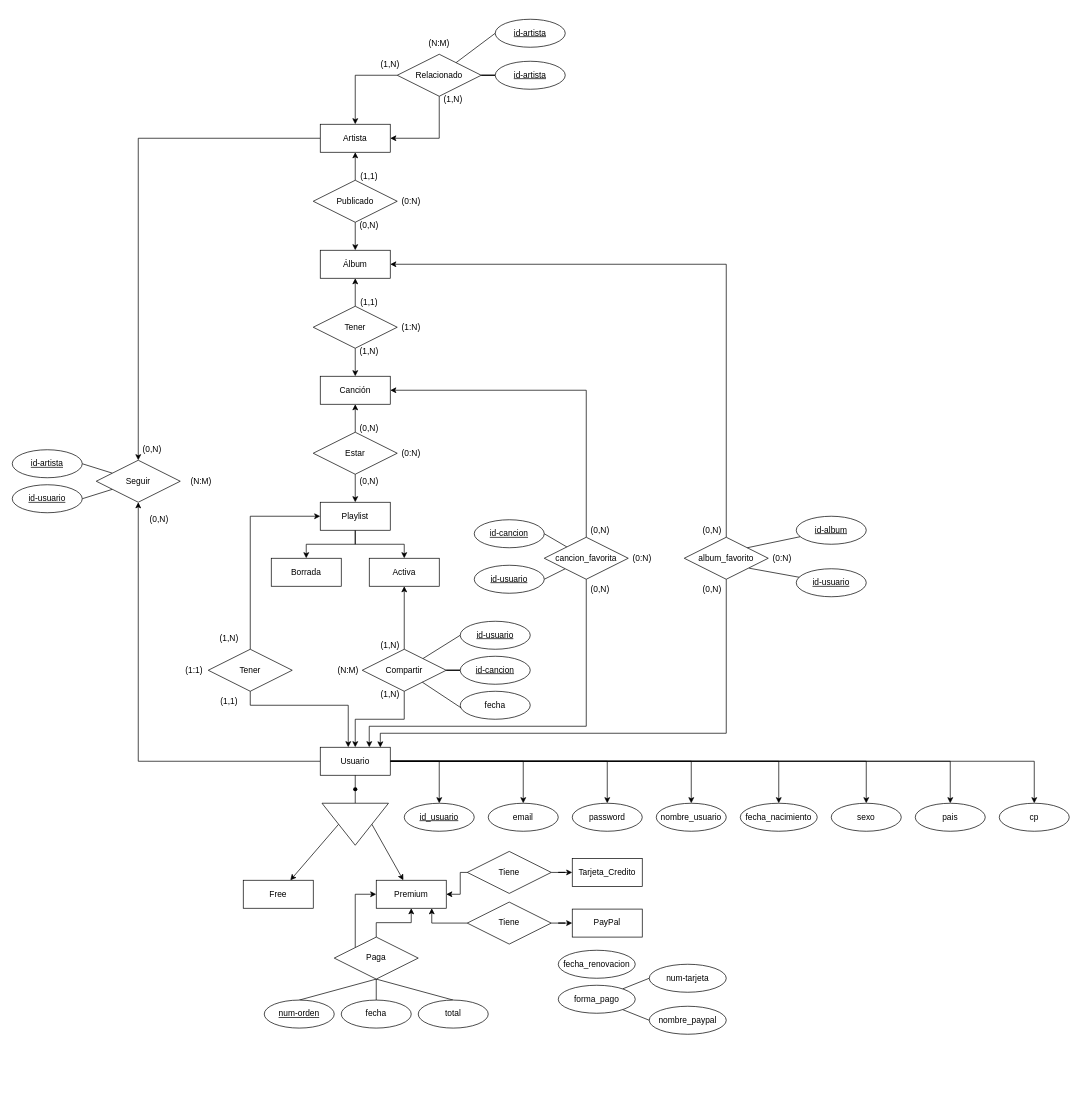
Earlier version of the draw.io diagram Spotify2.drawio (miguelelinformatico/2025_26). Source tidied: cells renumbered, new cells numbered last; positions are measured from the earlier drawing's top-left corner, leaving out a move shared by most shapes. Both pictures are drawn from the tidied source at 70%, with x=0, y=0 at pixel (12, 19).
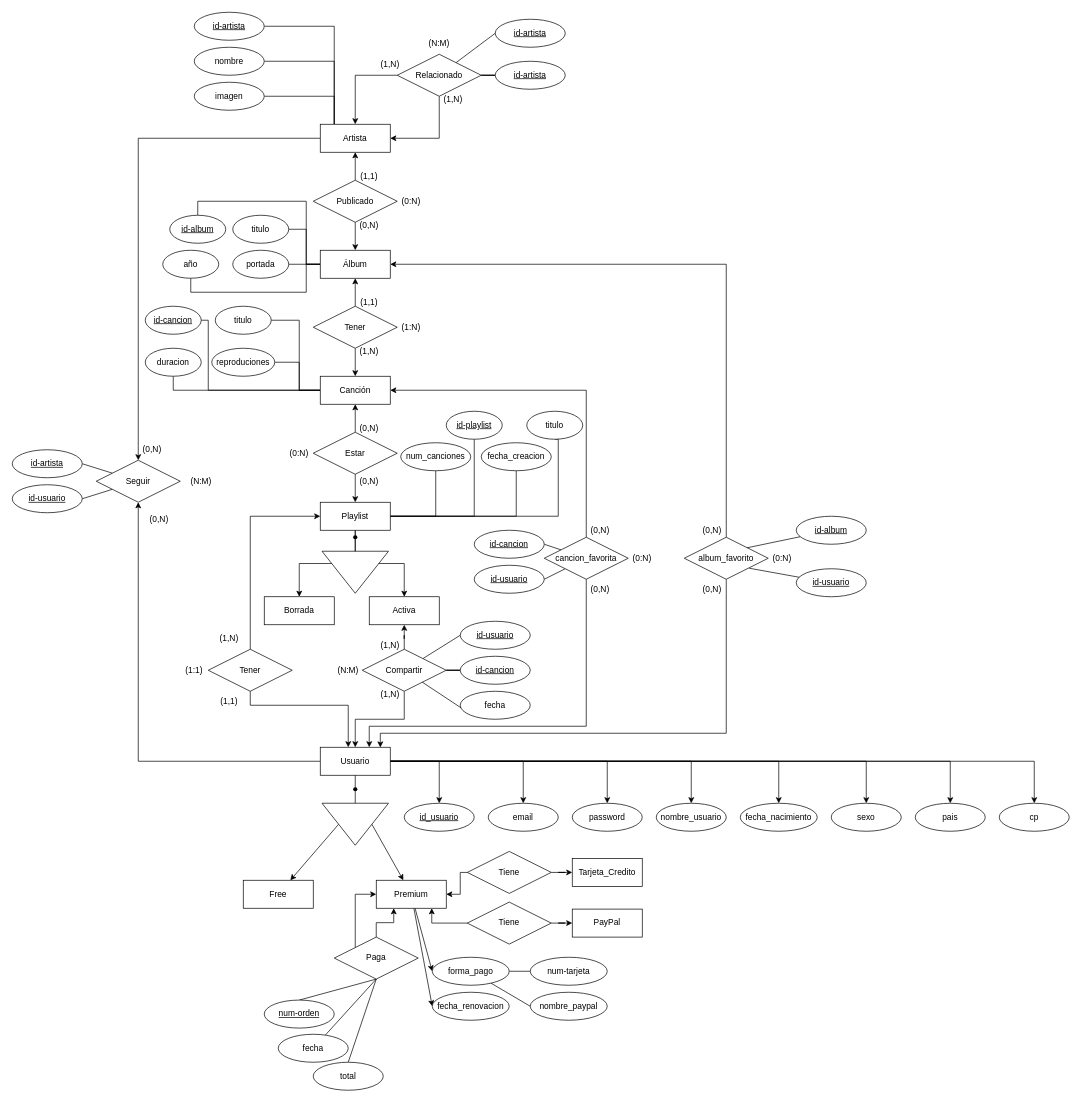
After the change.

Unchanged cells that the change refers to:
```xml
<mxCell id="14" value="Premium" style="whiteSpace=wrap;html=1;align=center;" parent="1" vertex="1">
  <mxGeometry x="520" y="1230" width="100" height="40" as="geometry" />
</mxCell>
<mxCell id="17" value="Playlist" style="whiteSpace=wrap;html=1;align=center;" parent="1" vertex="1">
  <mxGeometry x="440" y="690" width="100" height="40" as="geometry" />
</mxCell>
<mxCell id="18" value="Álbum" style="whiteSpace=wrap;html=1;align=center;" parent="1" vertex="1">
  <mxGeometry x="440" y="330" width="100" height="40" as="geometry" />
</mxCell>
<mxCell id="19" value="Canción" style="whiteSpace=wrap;html=1;align=center;" parent="1" vertex="1">
  <mxGeometry x="440" y="510" width="100" height="40" as="geometry" />
</mxCell>
<mxCell id="21" value="Artista" style="whiteSpace=wrap;html=1;align=center;" parent="1" vertex="1">
  <mxGeometry x="440" y="150" width="100" height="40" as="geometry" />
</mxCell>
<mxCell id="127" value="Paga" style="shape=rhombus;perimeter=rhombusPerimeter;whiteSpace=wrap;html=1;align=center;" parent="1" vertex="1">
  <mxGeometry x="460" y="1311.2" width="120" height="60" as="geometry" />
</mxCell>
```

Change to the diagram source:
```diff
@@
+    <mxCell id="134" style="rounded=0;jettySize=auto;html=1;entryX=0;entryY=0.5;entryDx=0;entryDy=0;" parent="1" edge="1" source="14" target="128">
+      <mxGeometry relative="1" as="geometry" />
+    </mxCell>
+    <mxCell id="135" style="rounded=0;jettySize=auto;html=1;entryX=0;entryY=0.5;entryDx=0;entryDy=0;" parent="1" edge="1" source="14" target="131">
+      <mxGeometry relative="1" as="geometry" />
+    </mxCell>
@@
+    <mxCell id="136" style="edgeStyle=orthogonalEdgeStyle;rounded=0;jettySize=auto;html=1;entryX=0.5;entryY=1;entryDx=0;entryDy=0;endArrow=none;endFill=0;" parent="1" edge="1" source="17" target="153">
+      <mxGeometry relative="1" as="geometry" />
+    </mxCell>
+    <mxCell id="137" style="edgeStyle=orthogonalEdgeStyle;rounded=0;jettySize=auto;html=1;endArrow=none;endFill=0;" parent="1" edge="1" source="17" target="154">
+      <mxGeometry relative="1" as="geometry" />
+    </mxCell>
+    <mxCell id="138" style="edgeStyle=orthogonalEdgeStyle;rounded=0;jettySize=auto;html=1;endArrow=none;endFill=0;" parent="1" edge="1" source="17" target="151">
+      <mxGeometry relative="1" as="geometry" />
+    </mxCell>
+    <mxCell id="139" style="edgeStyle=orthogonalEdgeStyle;rounded=0;jettySize=auto;html=1;entryX=0.5;entryY=1;entryDx=0;entryDy=0;endArrow=none;endFill=0;" parent="1" edge="1" source="17" target="152">
+      <mxGeometry relative="1" as="geometry">
+        <Array as="points">
+          <mxPoint x="780" y="710" />
+          <mxPoint x="780" y="600" />
+        </Array>
+      </mxGeometry>
+    </mxCell>
@@
+    <mxCell id="140" style="edgeStyle=orthogonalEdgeStyle;rounded=0;jettySize=auto;html=1;entryX=1;entryY=0.5;entryDx=0;entryDy=0;endArrow=none;endFill=0;" parent="1" edge="1" source="18" target="160">
+      <mxGeometry relative="1" as="geometry" />
+    </mxCell>
+    <mxCell id="141" style="edgeStyle=orthogonalEdgeStyle;rounded=0;jettySize=auto;html=1;entryX=1;entryY=0.5;entryDx=0;entryDy=0;endArrow=none;endFill=0;" parent="1" edge="1" source="18" target="162">
+      <mxGeometry relative="1" as="geometry">
+        <Array as="points">
+          <mxPoint x="420" y="350" />
+          <mxPoint x="420" y="300" />
+        </Array>
+      </mxGeometry>
+    </mxCell>
+    <mxCell id="142" style="edgeStyle=orthogonalEdgeStyle;rounded=0;jettySize=auto;html=1;entryX=0.5;entryY=1;entryDx=0;entryDy=0;endArrow=none;endFill=0;" parent="1" edge="1" source="18" target="161">
+      <mxGeometry relative="1" as="geometry">
+        <Array as="points">
+          <mxPoint x="420" y="350" />
+          <mxPoint x="420" y="390" />
+          <mxPoint x="255" y="390" />
+        </Array>
+      </mxGeometry>
+    </mxCell>
+    <mxCell id="143" style="edgeStyle=orthogonalEdgeStyle;rounded=0;jettySize=auto;html=1;entryX=0.5;entryY=0;entryDx=0;entryDy=0;endArrow=none;endFill=0;" parent="1" edge="1" source="18" target="159">
+      <mxGeometry relative="1" as="geometry">
+        <Array as="points">
+          <mxPoint x="420" y="350" />
+          <mxPoint x="420" y="260" />
+          <mxPoint x="265" y="260" />
+        </Array>
+      </mxGeometry>
+    </mxCell>
@@
+    <mxCell id="144" style="edgeStyle=orthogonalEdgeStyle;rounded=0;jettySize=auto;html=1;entryX=1;entryY=0.5;entryDx=0;entryDy=0;endArrow=none;endFill=0;" parent="1" edge="1" source="19" target="158">
+      <mxGeometry relative="1" as="geometry">
+        <Array as="points">
+          <mxPoint x="410" y="530" />
+          <mxPoint x="410" y="430" />
+        </Array>
+      </mxGeometry>
+    </mxCell>
+    <mxCell id="145" style="edgeStyle=orthogonalEdgeStyle;rounded=0;jettySize=auto;html=1;entryX=1;entryY=0.5;entryDx=0;entryDy=0;endArrow=none;endFill=0;" parent="1" edge="1" source="19" target="156">
+      <mxGeometry relative="1" as="geometry">
+        <Array as="points">
+          <mxPoint x="410" y="530" />
+          <mxPoint x="410" y="490" />
+        </Array>
+      </mxGeometry>
+    </mxCell>
+    <mxCell id="146" style="edgeStyle=orthogonalEdgeStyle;rounded=0;jettySize=auto;html=1;entryX=0.5;entryY=1;entryDx=0;entryDy=0;endArrow=none;endFill=0;" parent="1" edge="1" source="19" target="157">
+      <mxGeometry relative="1" as="geometry">
+        <Array as="points">
+          <mxPoint x="230" y="530" />
+        </Array>
+      </mxGeometry>
+    </mxCell>
+    <mxCell id="147" style="edgeStyle=orthogonalEdgeStyle;rounded=0;jettySize=auto;html=1;entryX=1;entryY=0.5;entryDx=0;entryDy=0;endArrow=none;endFill=0;" parent="1" edge="1" source="19" target="155">
+      <mxGeometry relative="1" as="geometry">
+        <Array as="points">
+          <mxPoint x="280" y="530" />
+          <mxPoint x="280" y="430" />
+        </Array>
+      </mxGeometry>
+    </mxCell>
@@
+    <mxCell id="148" style="edgeStyle=orthogonalEdgeStyle;rounded=0;jettySize=auto;html=1;entryX=1;entryY=0.5;entryDx=0;entryDy=0;endArrow=none;endFill=0;" parent="1" edge="1" source="21" target="165">
+      <mxGeometry relative="1" as="geometry">
+        <Array as="points">
+          <mxPoint x="460" y="110" />
+        </Array>
+      </mxGeometry>
+    </mxCell>
+    <mxCell id="149" style="edgeStyle=orthogonalEdgeStyle;rounded=0;jettySize=auto;html=1;entryX=1;entryY=0.5;entryDx=0;entryDy=0;endArrow=none;endFill=0;" parent="1" edge="1" target="163">
+      <mxGeometry relative="1" as="geometry">
+        <mxPoint x="460" y="150" as="sourcePoint" />
+        <Array as="points">
+          <mxPoint x="460" y="10" />
+        </Array>
+      </mxGeometry>
+    </mxCell>
+    <mxCell id="150" style="edgeStyle=orthogonalEdgeStyle;rounded=0;jettySize=auto;html=1;entryX=1;entryY=0.5;entryDx=0;entryDy=0;endArrow=none;endFill=0;" parent="1" edge="1" source="21" target="164">
+      <mxGeometry relative="1" as="geometry">
+        <Array as="points">
+          <mxPoint x="460" y="60" />
+        </Array>
+      </mxGeometry>
+    </mxCell>
@@
     <mxCell id="56" value="fecha" style="ellipse;whiteSpace=wrap;html=1;align=center;" parent="1" vertex="1">
-      <mxGeometry x="470" y="1401.2" width="100" height="40" as="geometry" />
+      <mxGeometry x="380" y="1450" width="100" height="40" as="geometry" />
     </mxCell>
@@
     <mxCell id="60" value="total" style="ellipse;whiteSpace=wrap;html=1;align=center;" parent="1" vertex="1">
-      <mxGeometry x="580" y="1401.2" width="100" height="40" as="geometry" />
+      <mxGeometry x="430" y="1490" width="100" height="40" as="geometry" />
     </mxCell>
@@
     <mxCell id="67" value="Activa" style="whiteSpace=wrap;html=1;align=center;" parent="1" vertex="1">
-      <mxGeometry x="510" y="770" width="100" height="40" as="geometry" />
+      <mxGeometry x="510" y="825" width="100" height="40" as="geometry" />
     </mxCell>
     <mxCell id="68" value="Borrada" style="whiteSpace=wrap;html=1;align=center;" parent="1" vertex="1">
-      <mxGeometry x="370" y="770" width="100" height="40" as="geometry" />
+      <mxGeometry x="360" y="825" width="100" height="40" as="geometry" />
     </mxCell>
@@
     <mxCell id="85" value="(0:N)" style="text;html=1;whiteSpace=wrap;strokeColor=none;fillColor=none;align=center;verticalAlign=middle;rounded=0;" parent="1" vertex="1">
-      <mxGeometry x="540" y="605" width="60" height="30" as="geometry" />
+      <mxGeometry x="380" y="605" width="60" height="30" as="geometry" />
     </mxCell>
@@
     <mxCell id="101" value="&lt;u&gt;id-cancion&lt;/u&gt;" style="ellipse;whiteSpace=wrap;html=1;align=center;" parent="1" vertex="1">
-      <mxGeometry x="660" y="715" width="100" height="40" as="geometry" />
+      <mxGeometry x="660" y="730" width="100" height="40" as="geometry" />
     </mxCell>
@@
-    <mxCell id="125" style="edgeStyle=orthogonalEdgeStyle;rounded=0;jettySize=auto;html=1;" parent="1" edge="1" source="127" target="14">
+    <mxCell id="125" style="edgeStyle=orthogonalEdgeStyle;rounded=0;jettySize=auto;html=1;entryX=0.25;entryY=1;entryDx=0;entryDy=0;" parent="1" edge="1" source="127" target="14">
       <mxGeometry relative="1" as="geometry" />
     </mxCell>
@@
     <mxCell id="128" value="fecha_renovacion" style="ellipse;whiteSpace=wrap;html=1;align=center;" parent="1" vertex="1">
-      <mxGeometry x="780" y="1330" width="110" height="40" as="geometry" />
+      <mxGeometry x="600" y="1390" width="110" height="40" as="geometry" />
     </mxCell>
@@
     <mxCell id="131" value="forma_pago" style="ellipse;whiteSpace=wrap;html=1;align=center;" parent="1" vertex="1">
-      <mxGeometry x="780" y="1380" width="110" height="40" as="geometry" />
+      <mxGeometry x="600" y="1340" width="110" height="40" as="geometry" />
     </mxCell>
     <mxCell id="132" value="nombre_paypal" style="ellipse;whiteSpace=wrap;html=1;align=center;" parent="1" vertex="1">
-      <mxGeometry x="910" y="1410" width="110" height="40" as="geometry" />
+      <mxGeometry x="740" y="1390" width="110" height="40" as="geometry" />
     </mxCell>
     <mxCell id="133" value="num-tarjeta" style="ellipse;whiteSpace=wrap;html=1;align=center;" parent="1" vertex="1">
-      <mxGeometry x="910" y="1350" width="110" height="40" as="geometry" />
+      <mxGeometry x="740" y="1340" width="110" height="40" as="geometry" />
     </mxCell>
+    <mxCell id="151" value="&lt;u&gt;id-playlist&lt;/u&gt;" style="ellipse;whiteSpace=wrap;html=1;align=center;" parent="1" vertex="1">
+      <mxGeometry x="620" y="560" width="80" height="40" as="geometry" />
+    </mxCell>
+    <mxCell id="152" value="titulo" style="ellipse;whiteSpace=wrap;html=1;align=center;" parent="1" vertex="1">
+      <mxGeometry x="735" y="560" width="80" height="40" as="geometry" />
+    </mxCell>
+    <mxCell id="153" value="num_canciones" style="ellipse;whiteSpace=wrap;html=1;align=center;" parent="1" vertex="1">
+      <mxGeometry x="555" y="605" width="100" height="40" as="geometry" />
+    </mxCell>
+    <mxCell id="154" value="fecha_creacion" style="ellipse;whiteSpace=wrap;html=1;align=center;" parent="1" vertex="1">
+      <mxGeometry x="670" y="605" width="100" height="40" as="geometry" />
+    </mxCell>
+    <mxCell id="155" value="&lt;u&gt;id-cancion&lt;/u&gt;" style="ellipse;whiteSpace=wrap;html=1;align=center;" parent="1" vertex="1">
+      <mxGeometry x="190" y="410" width="80" height="40" as="geometry" />
+    </mxCell>
+    <mxCell id="156" value="reproduciones" style="ellipse;whiteSpace=wrap;html=1;align=center;" parent="1" vertex="1">
+      <mxGeometry x="285" y="470" width="90" height="40" as="geometry" />
+    </mxCell>
+    <mxCell id="157" value="duracion" style="ellipse;whiteSpace=wrap;html=1;align=center;" parent="1" vertex="1">
+      <mxGeometry x="190" y="470" width="80" height="40" as="geometry" />
+    </mxCell>
+    <mxCell id="158" value="titulo" style="ellipse;whiteSpace=wrap;html=1;align=center;" parent="1" vertex="1">
+      <mxGeometry x="290" y="410" width="80" height="40" as="geometry" />
+    </mxCell>
+    <mxCell id="159" value="&lt;u&gt;id-album&lt;/u&gt;" style="ellipse;whiteSpace=wrap;html=1;align=center;" parent="1" vertex="1">
+      <mxGeometry x="225" y="280" width="80" height="40" as="geometry" />
+    </mxCell>
+    <mxCell id="160" value="portada" style="ellipse;whiteSpace=wrap;html=1;align=center;" parent="1" vertex="1">
+      <mxGeometry x="315" y="330" width="80" height="40" as="geometry" />
+    </mxCell>
+    <mxCell id="161" value="año" style="ellipse;whiteSpace=wrap;html=1;align=center;" parent="1" vertex="1">
+      <mxGeometry x="215" y="330" width="80" height="40" as="geometry" />
+    </mxCell>
+    <mxCell id="162" value="titulo" style="ellipse;whiteSpace=wrap;html=1;align=center;" parent="1" vertex="1">
+      <mxGeometry x="315" y="280" width="80" height="40" as="geometry" />
+    </mxCell>
+    <mxCell id="163" value="&lt;u&gt;id-artista&lt;/u&gt;" style="ellipse;whiteSpace=wrap;html=1;align=center;" parent="1" vertex="1">
+      <mxGeometry x="260" y="-10" width="100" height="40" as="geometry" />
+    </mxCell>
+    <mxCell id="164" value="nombre" style="ellipse;whiteSpace=wrap;html=1;align=center;" parent="1" vertex="1">
+      <mxGeometry x="260" y="40" width="100" height="40" as="geometry" />
+    </mxCell>
+    <mxCell id="165" value="imagen" style="ellipse;whiteSpace=wrap;html=1;align=center;" parent="1" vertex="1">
+      <mxGeometry x="260" y="90" width="100" height="40" as="geometry" />
+    </mxCell>
+    <mxCell id="166" style="shape=waypoint;sketch=0;size=6;fillColor=none;perimeter=centerPerimeter;" parent="1" vertex="1">
+      <mxGeometry x="480" y="730" width="20" height="20" as="geometry" />
+    </mxCell>
+    <mxCell id="167" style="triangle;whiteSpace=wrap;html=1;rotation=90;" parent="1" vertex="1">
+      <mxGeometry x="460" y="742.5" width="60" height="95" as="geometry" />
+    </mxCell>
```
